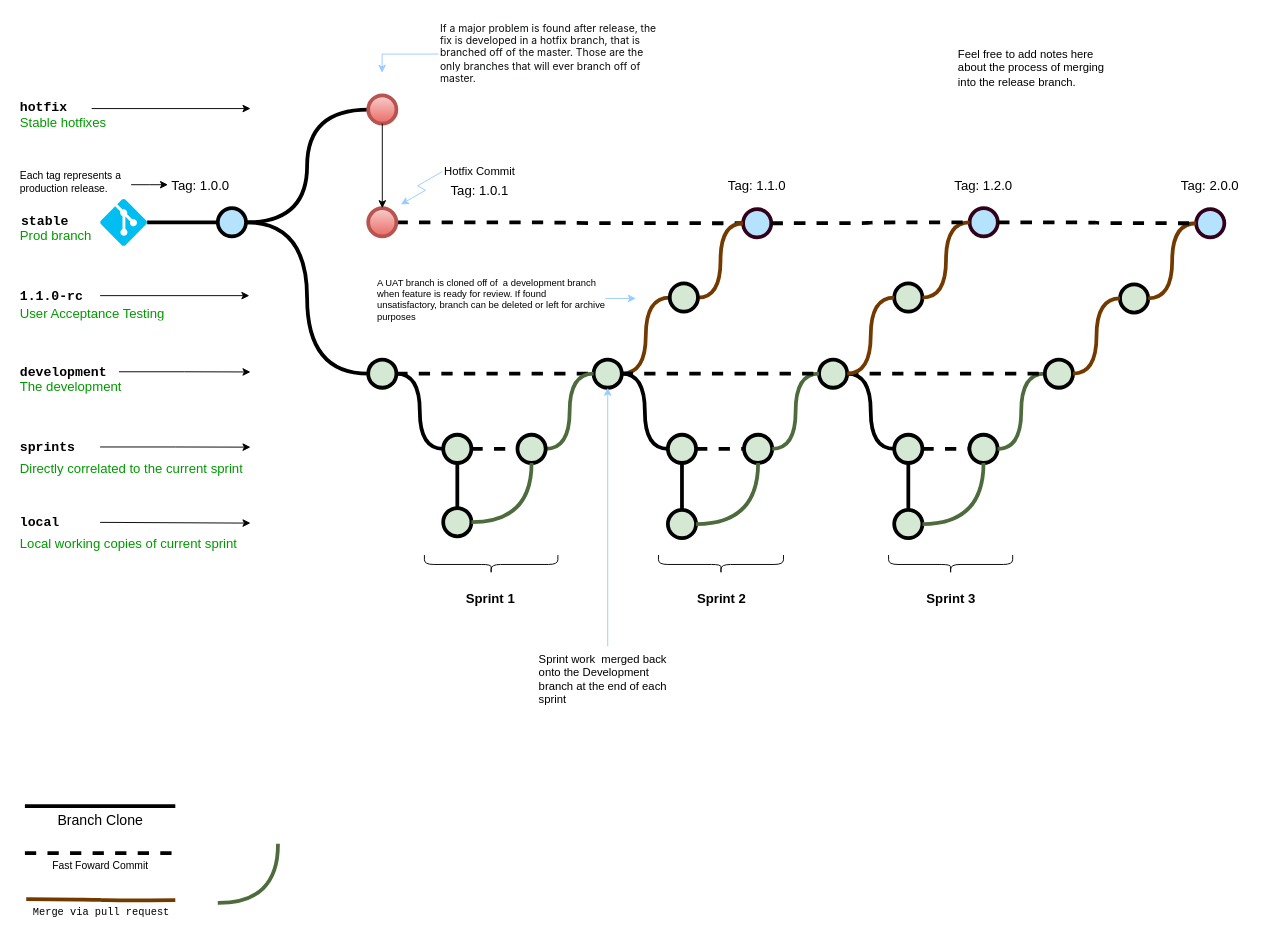
The draw.io diagram Untitled Diagram.drawio in Flat-Tree/HW.Diagrams, before the edit. Source tidied: cells renumbered, new cells numbered last; positions are measured from the earlier drawing's top-left corner, leaving out a move shared by most shapes. Both pictures are drawn from the tidied source at 94%, with x=0, y=0 at pixel (18, 16).
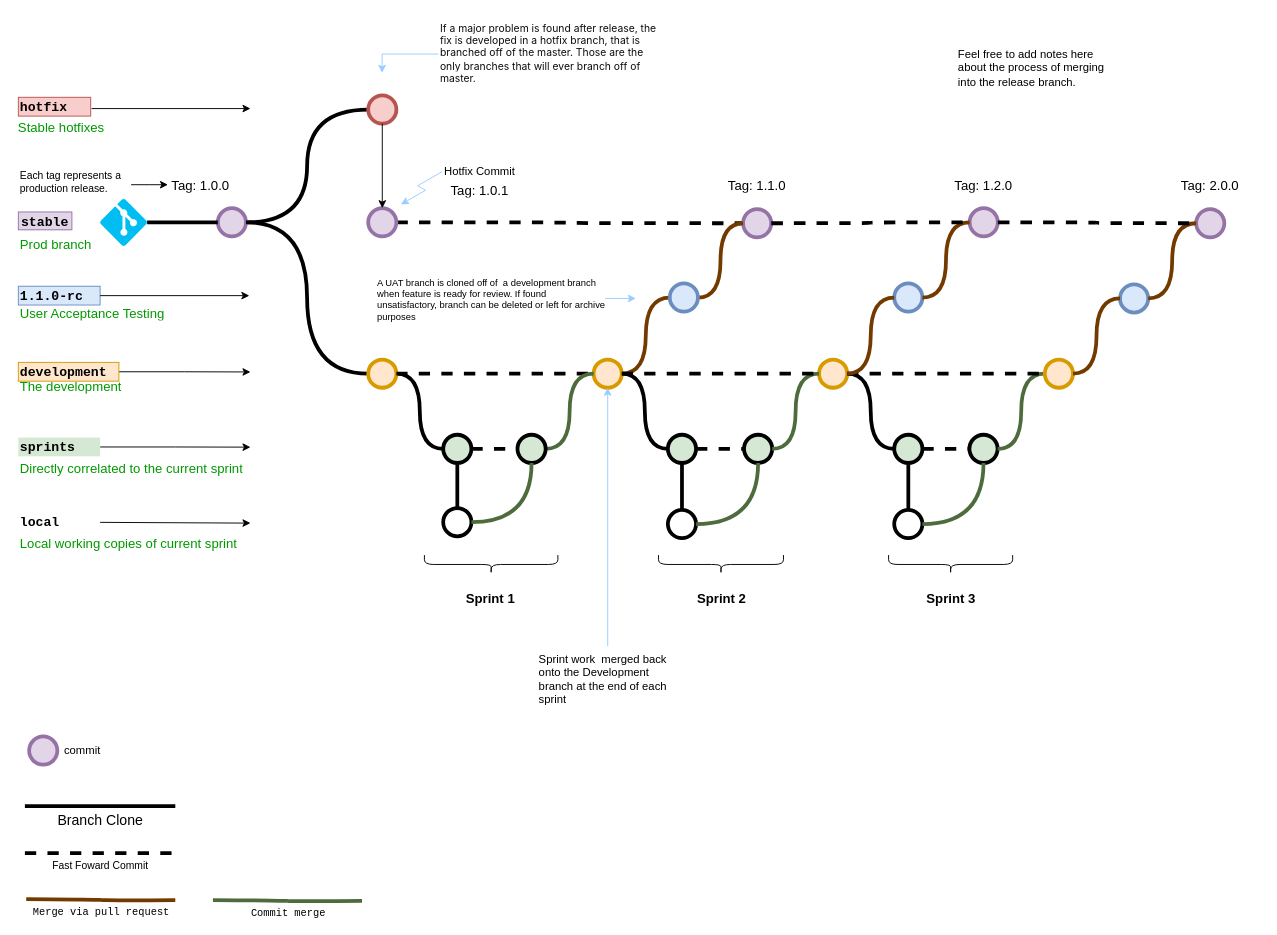
After the change.

The edit, as a diff of the source:
```diff
@@
-    <mxCell id="6" style="verticalLabelPosition=bottom;verticalAlign=top;html=1;strokeWidth=4;shape=mxgraph.flowchart.on-page_reference;plain-blue;gradientColor=none;fillColor=#B5E3Fe;strokeColor=#000000;" parent="1" vertex="1">
+    <mxCell id="6" style="verticalLabelPosition=bottom;verticalAlign=top;html=1;strokeWidth=4;shape=mxgraph.flowchart.on-page_reference;fillColor=#e1d5e7;strokeColor=#9673a6;" parent="1" vertex="1">
       <mxGeometry x="212.2" y="204" width="30" height="30" as="geometry" />
     </mxCell>
@@
-    <mxCell id="8" style="verticalLabelPosition=bottom;verticalAlign=top;html=1;strokeWidth=4;shape=mxgraph.flowchart.on-page_reference;plain-blue;gradientColor=none;strokeColor=#33001A;fillColor=#B5E3FE;" parent="1" vertex="1">
+    <mxCell id="8" style="verticalLabelPosition=bottom;verticalAlign=top;html=1;strokeWidth=4;shape=mxgraph.flowchart.on-page_reference;strokeColor=#9673a6;fillColor=#e1d5e7;" parent="1" vertex="1">
       <mxGeometry x="771" y="205" width="30" height="30" as="geometry" />
     </mxCell>
-    <mxCell id="9" value="stable" style="text;html=1;strokeColor=none;fillColor=none;align=center;verticalAlign=middle;whiteSpace=wrap;overflow=hidden;fontSize=14;fontStyle=1;fontFamily=Courier New;" parent="1" vertex="1">
-      <mxGeometry y="197" width="57" height="42" as="geometry" />
+    <mxCell id="9" value="stable" style="text;html=1;strokeColor=#9673a6;fillColor=#e1d5e7;align=center;verticalAlign=middle;whiteSpace=wrap;overflow=hidden;fontSize=14;fontStyle=1;fontFamily=Courier New;" parent="1" vertex="1">
+      <mxGeometry y="208" width="57" height="19" as="geometry" />
     </mxCell>
-    <mxCell id="10" value="1.1.0-rc" style="text;html=1;strokeColor=none;fillColor=none;align=left;verticalAlign=middle;whiteSpace=wrap;overflow=hidden;fontSize=14;fontStyle=1;fontFamily=Courier New;" parent="1" vertex="1">
+    <mxCell id="10" value="1.1.0-rc" style="text;html=1;strokeColor=#6c8ebf;fillColor=#dae8fc;align=left;verticalAlign=middle;whiteSpace=wrap;overflow=hidden;fontSize=14;fontStyle=1;fontFamily=Courier New;" parent="1" vertex="1">
       <mxGeometry y="287" width="87" height="20" as="geometry" />
     </mxCell>
@@
-    <mxCell id="12" style="verticalLabelPosition=bottom;verticalAlign=top;html=1;strokeWidth=4;shape=mxgraph.flowchart.on-page_reference;plain-purple;gradientColor=none;strokeColor=#000000;fillColor=#D5E8D4;" parent="1" vertex="1">
+    <mxCell id="12" style="verticalLabelPosition=bottom;verticalAlign=top;html=1;strokeWidth=4;shape=mxgraph.flowchart.on-page_reference;strokeColor=#d79b00;fillColor=#ffe6cc;" parent="1" vertex="1">
       <mxGeometry x="372.2" y="365" width="30" height="30" as="geometry" />
     </mxCell>
@@
-    <mxCell id="15" style="verticalLabelPosition=bottom;verticalAlign=top;html=1;strokeWidth=4;shape=mxgraph.flowchart.on-page_reference;plain-purple;gradientColor=none;strokeColor=#000000;fillColor=#D5E8D4;" parent="1" vertex="1">
+    <mxCell id="15" style="verticalLabelPosition=bottom;verticalAlign=top;html=1;strokeWidth=4;shape=mxgraph.flowchart.on-page_reference;strokeColor=#d79b00;fillColor=#ffe6cc;" parent="1" vertex="1">
       <mxGeometry x="612" y="365" width="30" height="30" as="geometry" />
     </mxCell>
@@
-    <mxCell id="17" value="development" style="text;html=1;strokeColor=none;fillColor=none;align=left;verticalAlign=middle;whiteSpace=wrap;overflow=hidden;fontSize=14;fontStyle=1;fontFamily=Courier New;" parent="1" vertex="1">
+    <mxCell id="17" value="development" style="text;html=1;strokeColor=#d79b00;fillColor=#ffe6cc;align=left;verticalAlign=middle;whiteSpace=wrap;overflow=hidden;fontSize=14;fontStyle=1;fontFamily=Courier New;" parent="1" vertex="1">
       <mxGeometry y="368" width="107" height="20" as="geometry" />
     </mxCell>
@@
-    <mxCell id="19" style="verticalLabelPosition=bottom;verticalAlign=top;html=1;strokeWidth=4;shape=mxgraph.flowchart.on-page_reference;plain-purple;gradientColor=none;strokeColor=#000000;fillColor=#D5E8D4;" parent="1" vertex="1">
+    <mxCell id="19" style="verticalLabelPosition=bottom;verticalAlign=top;html=1;strokeWidth=4;shape=mxgraph.flowchart.on-page_reference;fillColor=#D5E8D4;strokeColor=#000000;fontColor=#ffffff;" parent="1" vertex="1">
       <mxGeometry x="452" y="445" width="30" height="30" as="geometry" />
     </mxCell>
@@
-    <mxCell id="23" value="sprints" style="text;html=1;strokeColor=none;fillColor=none;align=left;verticalAlign=middle;whiteSpace=wrap;overflow=hidden;fontSize=14;fontStyle=1;fontFamily=Courier New;" parent="1" vertex="1">
+    <mxCell id="23" value="sprints" style="text;html=1;strokeColor=none;fillColor=#D5E8D4;align=left;verticalAlign=middle;whiteSpace=wrap;overflow=hidden;fontSize=14;fontStyle=1;fontFamily=Courier New;" parent="1" vertex="1">
       <mxGeometry y="448" width="87" height="20" as="geometry" />
     </mxCell>
@@
     <mxCell id="27" value="Prod branch" style="text;html=1;strokeColor=none;fillColor=none;align=left;verticalAlign=middle;whiteSpace=wrap;overflow=hidden;fontSize=14;fontStyle=0;fontColor=#009900;" parent="1" vertex="1">
-      <mxGeometry y="222" width="146.8" height="20" as="geometry" />
+      <mxGeometry y="232" width="146.8" height="20" as="geometry" />
     </mxCell>
@@
-    <mxCell id="38" style="verticalLabelPosition=bottom;verticalAlign=top;html=1;strokeWidth=4;shape=mxgraph.flowchart.on-page_reference;plain-blue;gradientColor=#EA6B66;strokeColor=#B85450;fillColor=#F8CECC;" parent="1" vertex="1">
+    <mxCell id="38" style="verticalLabelPosition=bottom;verticalAlign=top;html=1;strokeWidth=4;shape=mxgraph.flowchart.on-page_reference;strokeColor=#9673a6;fillColor=#e1d5e7;" parent="1" vertex="1">
       <mxGeometry x="372.2" y="204" width="30" height="30" as="geometry" />
     </mxCell>
@@
-    <mxCell id="43" style="verticalLabelPosition=bottom;verticalAlign=top;html=1;strokeWidth=4;shape=mxgraph.flowchart.on-page_reference;plain-blue;gradientColor=#EA6B66;strokeColor=#B85450;fillColor=#F8CECC;" parent="1" vertex="1">
+    <mxCell id="43" style="verticalLabelPosition=bottom;verticalAlign=top;html=1;strokeWidth=4;shape=mxgraph.flowchart.on-page_reference;strokeColor=#b85450;fillColor=#f8cecc;" parent="1" vertex="1">
       <mxGeometry x="372.2" y="84" width="30" height="30" as="geometry" />
     </mxCell>
@@
-    <mxCell id="46" value="hotfix" style="text;html=1;strokeColor=none;fillColor=none;align=left;verticalAlign=middle;whiteSpace=wrap;overflow=hidden;fontSize=14;fontStyle=1;fontFamily=Courier New;" parent="1" vertex="1">
+    <mxCell id="46" value="hotfix" style="text;html=1;strokeColor=#b85450;fillColor=#f8cecc;align=left;verticalAlign=middle;whiteSpace=wrap;overflow=hidden;fontSize=14;fontStyle=1;fontFamily=Courier New;" parent="1" vertex="1">
       <mxGeometry y="86" width="77" height="20" as="geometry" />
     </mxCell>
     <mxCell id="47" value="Stable hotfixes" style="text;html=1;strokeColor=none;fillColor=none;align=left;verticalAlign=middle;whiteSpace=wrap;overflow=hidden;fontSize=14;fontStyle=0;fontColor=#009900;" parent="1" vertex="1">
-      <mxGeometry y="102" width="240" height="20" as="geometry" />
+      <mxGeometry x="-2" y="107" width="240" height="20" as="geometry" />
     </mxCell>
-    <mxCell id="48" style="verticalLabelPosition=bottom;verticalAlign=top;html=1;strokeWidth=4;shape=mxgraph.flowchart.on-page_reference;plain-purple;gradientColor=none;strokeColor=#000000;fillColor=#D5E8D4;" parent="1" vertex="1">
+    <mxCell id="48" style="verticalLabelPosition=bottom;verticalAlign=top;html=1;strokeWidth=4;shape=mxgraph.flowchart.on-page_reference;fillColor=none;" parent="1" vertex="1">
       <mxGeometry x="452" y="523" width="30" height="30" as="geometry" />
     </mxCell>
@@
-    <mxCell id="50" value="local" style="text;html=1;strokeColor=none;fillColor=none;align=left;verticalAlign=middle;whiteSpace=wrap;overflow=hidden;fontSize=14;fontStyle=1;fontFamily=Courier New;" parent="1" vertex="1">
+    <mxCell id="50" value="local" style="text;html=1;align=left;verticalAlign=middle;whiteSpace=wrap;overflow=hidden;fontSize=14;fontStyle=1;fontFamily=Courier New;fillColor=none;" parent="1" vertex="1">
       <mxGeometry y="528" width="87" height="20" as="geometry" />
     </mxCell>
@@
-    <mxCell id="57" style="verticalLabelPosition=bottom;verticalAlign=top;html=1;strokeWidth=4;shape=mxgraph.flowchart.on-page_reference;plain-purple;gradientColor=none;strokeColor=#000000;fillColor=#D5E8D4;" parent="1" vertex="1">
+    <mxCell id="57" style="verticalLabelPosition=bottom;verticalAlign=top;html=1;strokeWidth=4;shape=mxgraph.flowchart.on-page_reference;fillColor=none;" parent="1" vertex="1">
       <mxGeometry x="691" y="525" width="30" height="30" as="geometry" />
     </mxCell>
@@
-    <mxCell id="66" style="verticalLabelPosition=bottom;verticalAlign=top;html=1;strokeWidth=4;shape=mxgraph.flowchart.on-page_reference;plain-purple;gradientColor=none;strokeColor=#000000;fillColor=#D5E8D4;" parent="1" vertex="1">
+    <mxCell id="66" style="verticalLabelPosition=bottom;verticalAlign=top;html=1;strokeWidth=4;shape=mxgraph.flowchart.on-page_reference;strokeColor=#d79b00;fillColor=#ffe6cc;" parent="1" vertex="1">
       <mxGeometry x="851.8" y="365" width="30" height="30" as="geometry" />
     </mxCell>
@@
-    <mxCell id="71" style="verticalLabelPosition=bottom;verticalAlign=top;html=1;strokeWidth=4;shape=mxgraph.flowchart.on-page_reference;plain-purple;gradientColor=none;strokeColor=#000000;fillColor=#D5E8D4;" parent="1" vertex="1">
+    <mxCell id="71" style="verticalLabelPosition=bottom;verticalAlign=top;html=1;strokeWidth=4;shape=mxgraph.flowchart.on-page_reference;fillColor=none;" parent="1" vertex="1">
       <mxGeometry x="931.8" y="525" width="30" height="30" as="geometry" />
     </mxCell>
@@
-    <mxCell id="80" style="verticalLabelPosition=bottom;verticalAlign=top;html=1;strokeWidth=4;shape=mxgraph.flowchart.on-page_reference;plain-purple;gradientColor=none;strokeColor=#000000;fillColor=#D5E8D4;" parent="1" vertex="1">
+    <mxCell id="80" style="verticalLabelPosition=bottom;verticalAlign=top;html=1;strokeWidth=4;shape=mxgraph.flowchart.on-page_reference;strokeColor=#6c8ebf;fillColor=#dae8fc;" parent="1" vertex="1">
       <mxGeometry x="931.8" y="284" width="30" height="30" as="geometry" />
     </mxCell>
@@
-    <mxCell id="82" style="verticalLabelPosition=bottom;verticalAlign=top;html=1;strokeWidth=4;shape=mxgraph.flowchart.on-page_reference;plain-blue;gradientColor=none;strokeColor=#33001A;fillColor=#B5E3FE;" parent="1" vertex="1">
+    <mxCell id="82" style="verticalLabelPosition=bottom;verticalAlign=top;html=1;strokeWidth=4;shape=mxgraph.flowchart.on-page_reference;strokeColor=#9673a6;fillColor=#e1d5e7;" parent="1" vertex="1">
       <mxGeometry x="1012" y="204" width="30" height="30" as="geometry" />
     </mxCell>
@@
-    <mxCell id="85" style="verticalLabelPosition=bottom;verticalAlign=top;html=1;strokeWidth=4;shape=mxgraph.flowchart.on-page_reference;plain-purple;gradientColor=none;strokeColor=#000000;fillColor=#D5E8D4;" parent="1" vertex="1">
+    <mxCell id="85" style="verticalLabelPosition=bottom;verticalAlign=top;html=1;strokeWidth=4;shape=mxgraph.flowchart.on-page_reference;strokeColor=#d79b00;fillColor=#ffe6cc;" parent="1" vertex="1">
       <mxGeometry x="1092" y="365" width="30" height="30" as="geometry" />
     </mxCell>
-    <mxCell id="86" style="verticalLabelPosition=bottom;verticalAlign=top;html=1;strokeWidth=4;shape=mxgraph.flowchart.on-page_reference;plain-purple;gradientColor=none;strokeColor=#000000;fillColor=#D5E8D4;" parent="1" vertex="1">
+    <mxCell id="86" style="verticalLabelPosition=bottom;verticalAlign=top;html=1;strokeWidth=4;shape=mxgraph.flowchart.on-page_reference;strokeColor=#6c8ebf;fillColor=#dae8fc;" parent="1" vertex="1">
       <mxGeometry x="1172" y="285" width="30" height="30" as="geometry" />
     </mxCell>
@@
-    <mxCell id="88" style="verticalLabelPosition=bottom;verticalAlign=top;html=1;strokeWidth=4;shape=mxgraph.flowchart.on-page_reference;plain-blue;gradientColor=none;strokeColor=#33001A;fillColor=#B5E3FE;" parent="1" vertex="1">
+    <mxCell id="88" style="verticalLabelPosition=bottom;verticalAlign=top;html=1;strokeWidth=4;shape=mxgraph.flowchart.on-page_reference;strokeColor=#9673a6;fillColor=#e1d5e7;" parent="1" vertex="1">
       <mxGeometry x="1253" y="205" width="30" height="30" as="geometry" />
     </mxCell>
@@
-    <mxCell id="93" style="verticalLabelPosition=bottom;verticalAlign=top;html=1;strokeWidth=4;shape=mxgraph.flowchart.on-page_reference;plain-purple;gradientColor=none;strokeColor=#000000;fillColor=#D5E8D4;" parent="1" vertex="1">
+    <mxCell id="93" style="verticalLabelPosition=bottom;verticalAlign=top;html=1;strokeWidth=4;shape=mxgraph.flowchart.on-page_reference;strokeColor=#6c8ebf;fillColor=#dae8fc;" parent="1" vertex="1">
       <mxGeometry x="693" y="284" width="30" height="30" as="geometry" />
     </mxCell>
@@
-    <mxCell id="98" style="edgeStyle=orthogonalEdgeStyle;curved=1;rounded=0;orthogonalLoop=1;jettySize=auto;html=1;exitX=1;exitY=0.5;exitDx=0;exitDy=0;exitPerimeter=0;entryX=0.5;entryY=1;entryDx=0;entryDy=0;entryPerimeter=0;endArrow=none;endFill=0;strokeWidth=4;fontFamily=Courier New;fontColor=#009900;fillColor=#d5e8d4;strokeColor=#4E6B3D;" parent="1" edge="1">
-      <mxGeometry relative="1" as="geometry">
-        <mxPoint x="212.2" y="943" as="sourcePoint" />
-        <mxPoint x="276.2" y="880" as="targetPoint" />
-      </mxGeometry>
-    </mxCell>
+    <mxCell id="99" value="commit" style="verticalLabelPosition=middle;verticalAlign=middle;html=1;strokeWidth=4;shape=mxgraph.flowchart.on-page_reference;fillColor=#e1d5e7;strokeColor=#9673a6;align=left;labelPosition=right;spacingLeft=5;" parent="1" vertex="1">
+      <mxGeometry x="11.5" y="766" width="30" height="30" as="geometry" />
+    </mxCell>
+    <mxCell id="100" value="Commit merge" style="edgeStyle=orthogonalEdgeStyle;curved=1;rounded=0;orthogonalLoop=1;jettySize=auto;html=1;endArrow=none;endFill=0;strokeWidth=4;fontFamily=Courier New;fontColor=#000000;strokeColor=#4E6B3D;verticalAlign=top;" parent="1" edge="1">
+      <mxGeometry relative="1" as="geometry">
+        <mxPoint x="207" y="940" as="sourcePoint" />
+        <mxPoint x="365.6" y="941" as="targetPoint" />
+      </mxGeometry>
+    </mxCell>
```
